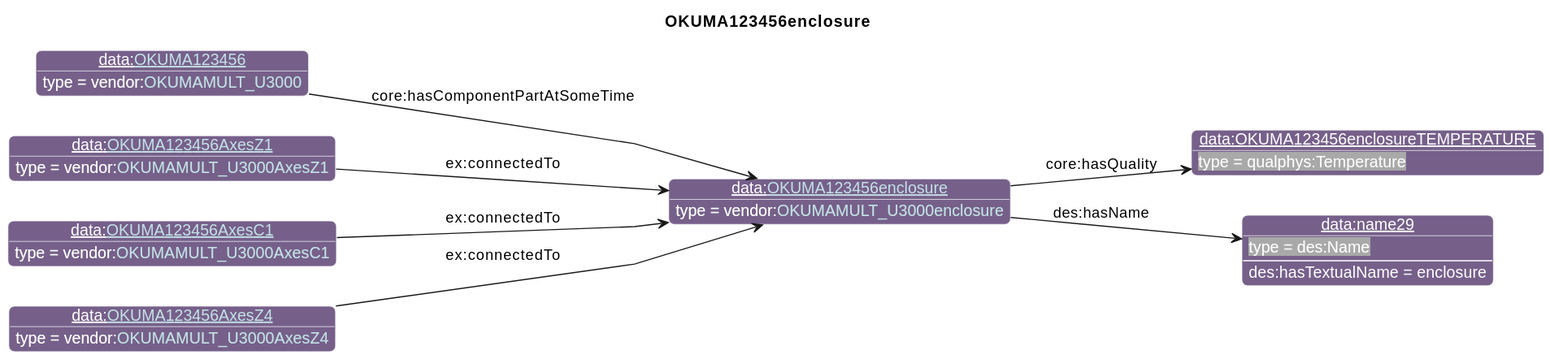
iofoundry/example-syseng-mtconnect keeps this PlantUML diagram as diagrams/OKUMA123456enclosure.svg. Above is the earlier version.
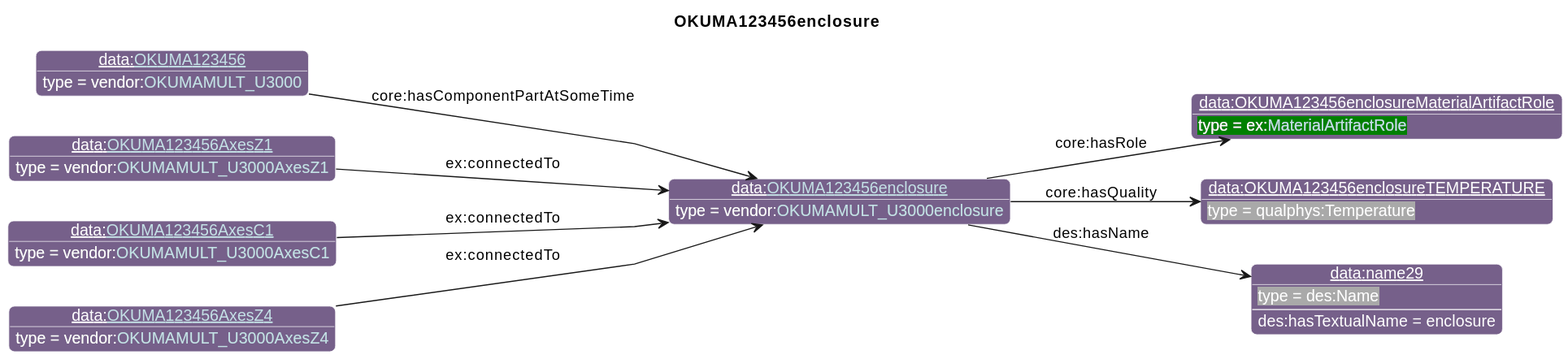
Above is the later version.

Diff of the diagram source:
```diff
@@ -26,17 +26,19 @@
                       "qp":"641B2E"
       }
 individual(o0, data:[[./OKUMA123456enclosure.html OKUMA123456enclosure]], vendor:[[../OKUMA.html#OKUMAMULT_U3000enclosure OKUMAMULT_U3000enclosure]])
-individual(o1, data:OKUMA123456enclosureTEMPERATURE, qualphys:Temperature)
-individual(o2, data:name29, des:Name)
-individual(o3, data:[[./OKUMA123456.html OKUMA123456]], vendor:[[../OKUMA.html#OKUMAMULT_U3000 OKUMAMULT_U3000]])
-individual(o4, data:[[./OKUMA123456AxesZ1.html OKUMA123456AxesZ1]], vendor:[[../OKUMA.html#OKUMAMULT_U3000AxesZ1 OKUMAMULT_U3000AxesZ1]])
-individual(o5, data:[[./OKUMA123456AxesC1.html OKUMA123456AxesC1]], vendor:[[../OKUMA.html#OKUMAMULT_U3000AxesC1 OKUMAMULT_U3000AxesC1]])
-individual(o6, data:[[./OKUMA123456AxesZ4.html OKUMA123456AxesZ4]], vendor:[[../OKUMA.html#OKUMAMULT_U3000AxesZ4 OKUMAMULT_U3000AxesZ4]])
-property(o0, "core:hasQuality", o1)
-property(o0, "des:hasName", o2)
-data(o2, "des:hasTextualName", "enclosure")
-property(o3, "core:hasComponentPartAtSomeTime", o0)
-property(o4, "ex:connectedTo", o0)
+individual(o1, data:OKUMA123456enclosureMaterialArtifactRole, ex:[[../Example.html#MaterialArtifactRole MaterialArtifactRole]])
+individual(o2, data:OKUMA123456enclosureTEMPERATURE, qualphys:Temperature)
+individual(o3, data:name29, des:Name)
+individual(o4, data:[[./OKUMA123456.html OKUMA123456]], vendor:[[../OKUMA.html#OKUMAMULT_U3000 OKUMAMULT_U3000]])
+individual(o5, data:[[./OKUMA123456AxesZ1.html OKUMA123456AxesZ1]], vendor:[[../OKUMA.html#OKUMAMULT_U3000AxesZ1 OKUMAMULT_U3000AxesZ1]])
+individual(o6, data:[[./OKUMA123456AxesC1.html OKUMA123456AxesC1]], vendor:[[../OKUMA.html#OKUMAMULT_U3000AxesC1 OKUMAMULT_U3000AxesC1]])
+individual(o7, data:[[./OKUMA123456AxesZ4.html OKUMA123456AxesZ4]], vendor:[[../OKUMA.html#OKUMAMULT_U3000AxesZ4 OKUMAMULT_U3000AxesZ4]])
+property(o0, "core:hasRole", o1)
+property(o0, "core:hasQuality", o2)
+property(o0, "des:hasName", o3)
+data(o3, "des:hasTextualName", "enclosure")
+property(o4, "core:hasComponentPartAtSomeTime", o0)
 property(o5, "ex:connectedTo", o0)
 property(o6, "ex:connectedTo", o0)
+property(o7, "ex:connectedTo", o0)
 @enduml
```
